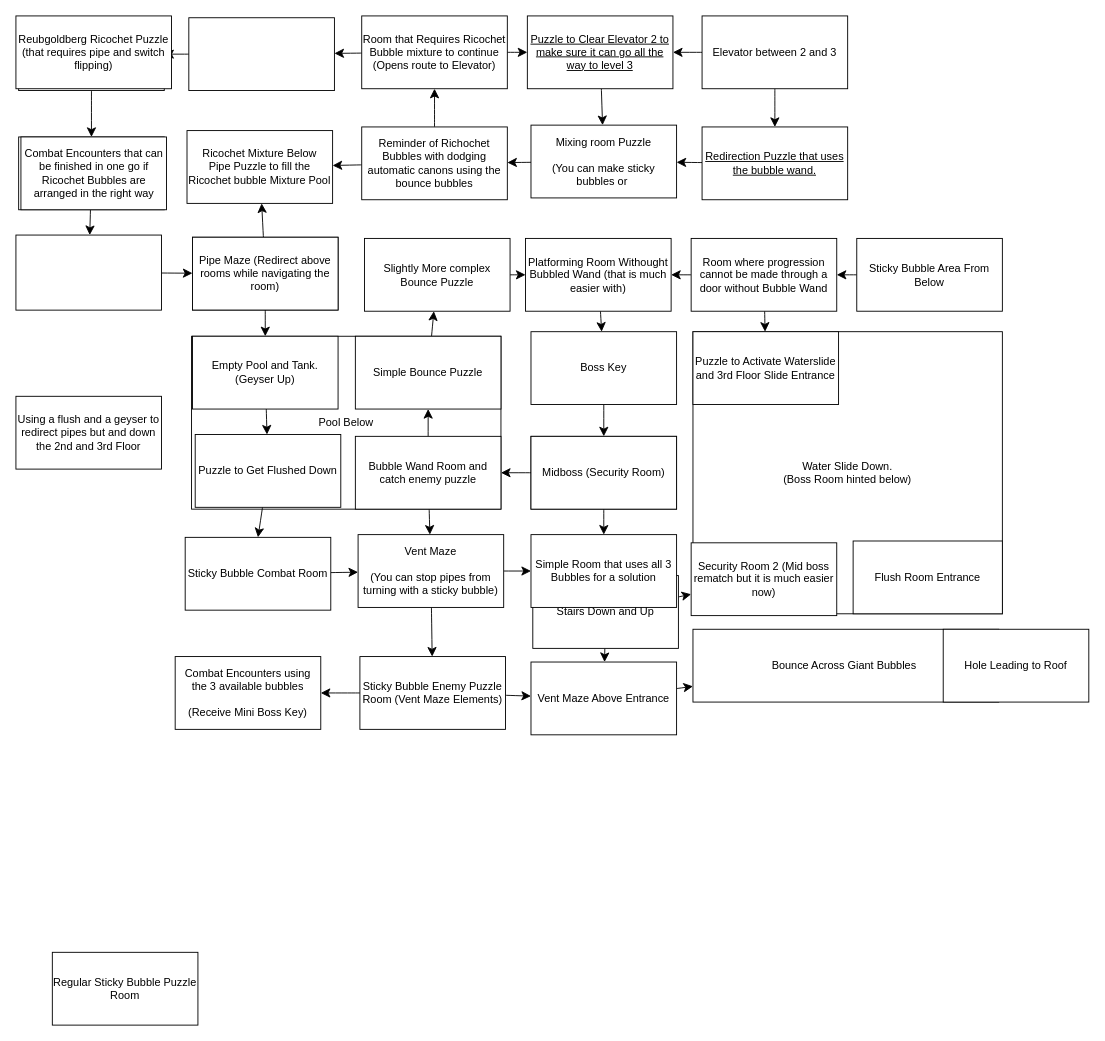
Before: page "3rd Floor" (3 of 4) of Bubble Wand Dungeon Map First Draft.drawio in Rift-Master/Game-Design-Documents, a draw.io diagram. Source tidied: cells renumbered, new cells numbered last; positions are measured from the earlier drawing's top-left corner, leaving out a move shared by most shapes. Both pictures are drawn from the tidied source at 91%, with x=0, y=0 at pixel (15, 15).
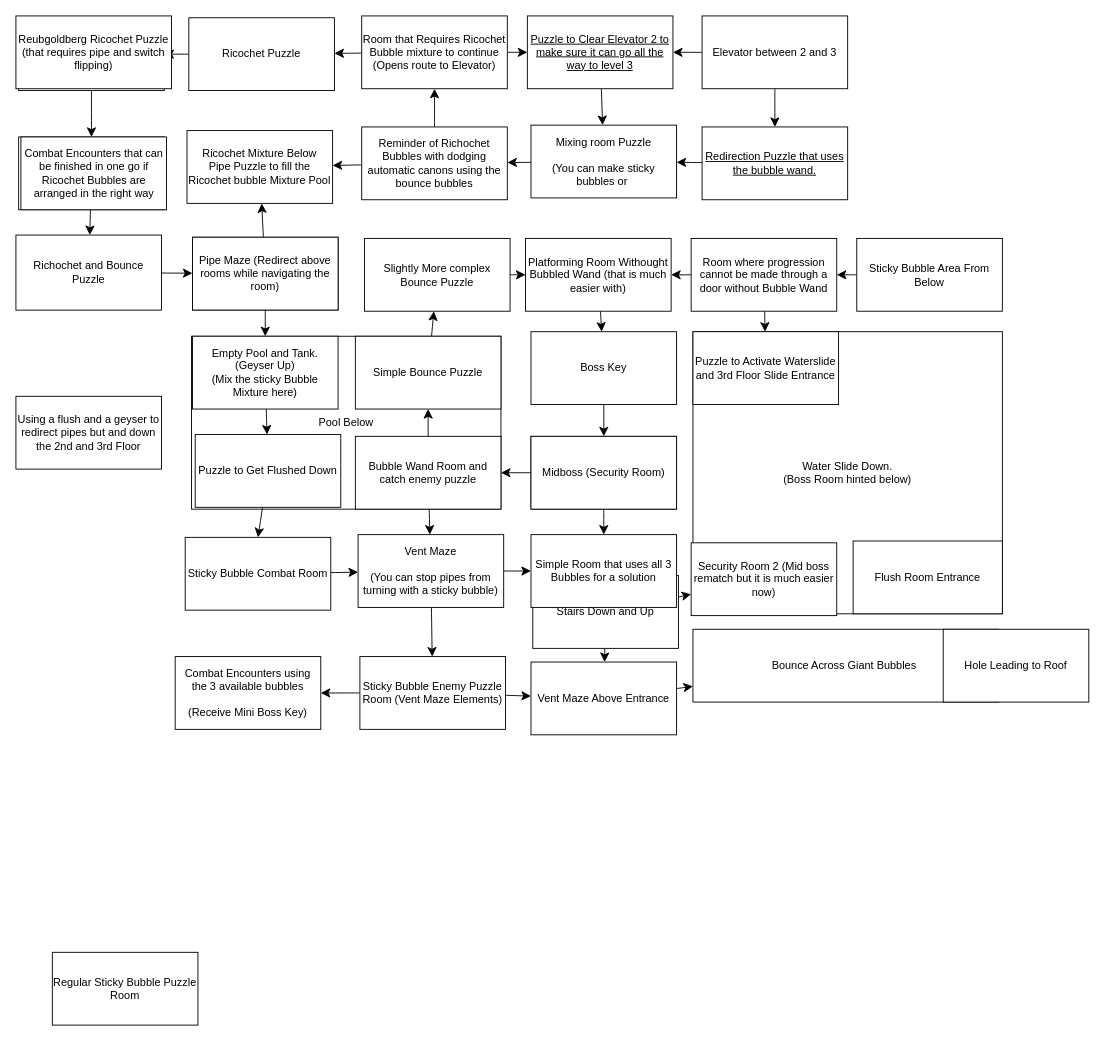
The same diagram, later.

The edit, as a diff of the source:
```diff
@@
-    <mxCell id="15" style="rounded=0;whiteSpace=wrap;html=1;" parent="1" vertex="1">
+    <mxCell id="15" value="Richochet and Bounce Puzzle" style="rounded=0;whiteSpace=wrap;html=1;" parent="1" vertex="1">
       <mxGeometry y="240.8" width="160" height="82.5" as="geometry" />
     </mxCell>
@@
-    <mxCell id="17" style="rounded=0;whiteSpace=wrap;html=1;" parent="1" vertex="1">
+    <mxCell id="17" value="Ricochet Puzzle" style="rounded=0;whiteSpace=wrap;html=1;" parent="1" vertex="1">
       <mxGeometry x="190" y="2" width="160" height="80" as="geometry" />
     </mxCell>
@@
-    <mxCell id="64" value="Empty Pool and Tank.&lt;div&gt;(Geyser Up)&lt;/div&gt;" style="rounded=0;whiteSpace=wrap;html=1;" parent="1" vertex="1">
+    <mxCell id="64" value="Empty Pool and Tank.&lt;div&gt;(Geyser Up)&lt;/div&gt;&lt;div&gt;(Mix the sticky Bubble Mixture here)&lt;/div&gt;" style="rounded=0;whiteSpace=wrap;html=1;" parent="1" vertex="1">
       <mxGeometry x="194" y="352" width="160" height="80" as="geometry" />
     </mxCell>
```
